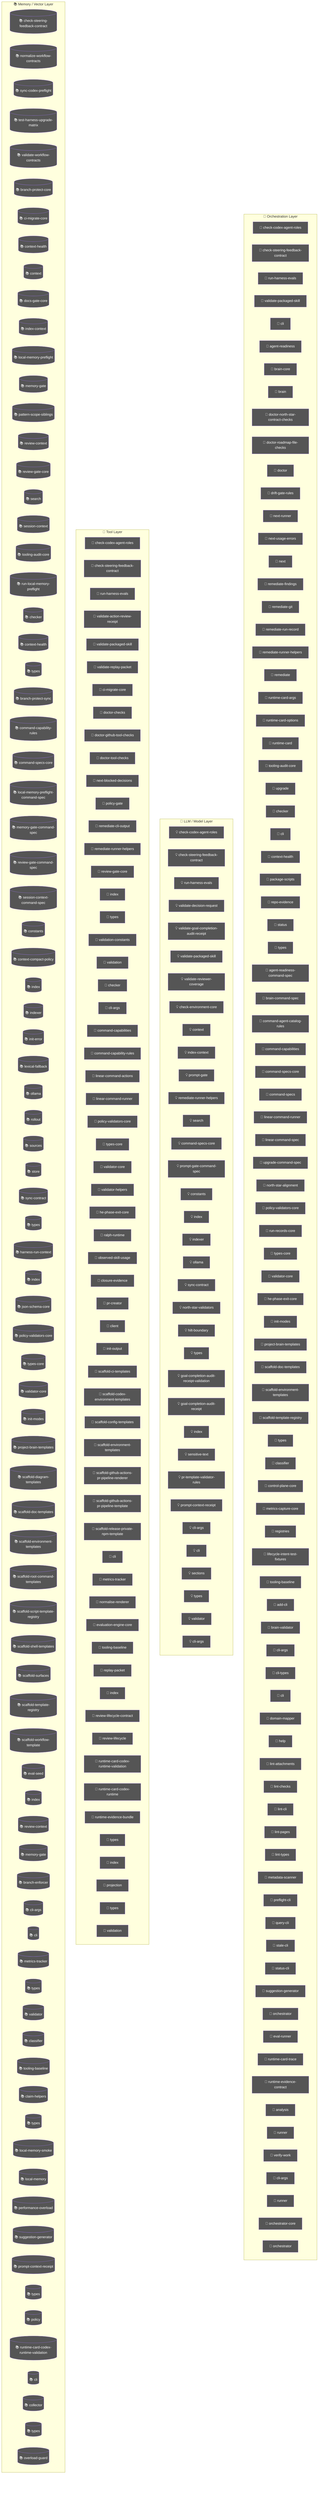
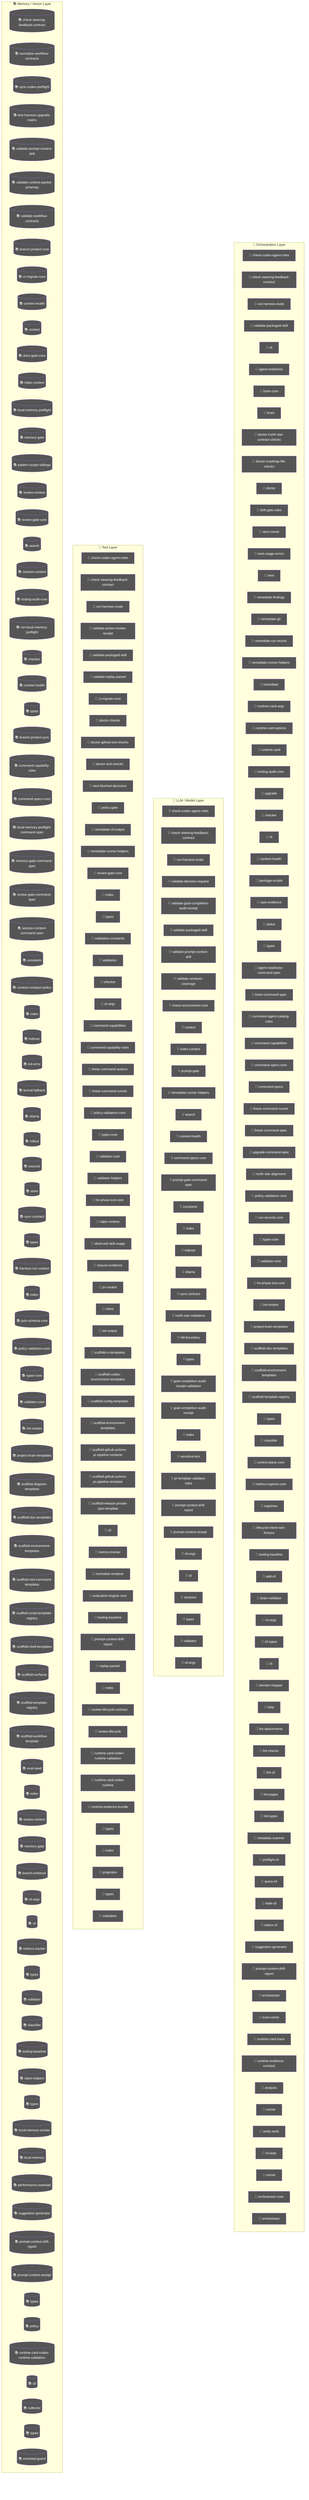
flowchart TD
  subgraph Orchestration["🎯 Orchestration Layer"]
    node_agent_mmd_orchestration_layer_orchestration_chec_7a9f0b64["🤖 check-codex-agent-roles"]
    node_agent_mmd_orchestration_layer_orchestration_chec_7fd47f5c["🤖 check-steering-feedback-contract"]
    node_agent_mmd_orchestration_layer_orchestration_run__18817957["🤖 run-harness-evals"]
    node_agent_mmd_orchestration_layer_orchestration_vali_c01b04be["🤖 validate-packaged-skill"]
    cli_99bb8840["🤖 cli"]
    agent_readiness_c82c68e6["🤖 agent-readiness"]
    brain_core_aa07c380["🤖 brain-core"]
    brain_bbbf7a64["🤖 brain"]
    doctor_north_star_contract_checks_0048124c["🤖 doctor-north-star-contract-checks"]
    doctor_roadmap_file_checks_14447b8e["🤖 doctor-roadmap-file-checks"]
    doctor_72f4be89["🤖 doctor"]
    drift_gate_rules_9685e72d["🤖 drift-gate-rules"]
    next_runner_41643472["🤖 next-runner"]
    next_usage_errors_837a345a["🤖 next-usage-errors"]
    next_c6c1c9a9["🤖 next"]
    remediate_findings_8b09c8c6["🤖 remediate-findings"]
    remediate_git_58c6f6f4["🤖 remediate-git"]
    remediate_run_record_9dfe5dc1["🤖 remediate-run-record"]
    node_agent_mmd_orchestration_layer_orchestration_reme_359fe98f["🤖 remediate-runner-helpers"]
    remediate_06b9c7fc["🤖 remediate"]
    runtime_card_args_2b3d4b28["🤖 runtime-card-args"]
    runtime_card_options_c9156ad5["🤖 runtime-card-options"]
    runtime_card_e06b53e1["🤖 runtime-card"]
    node_agent_mmd_orchestration_layer_orchestration_tool_acfe0c01["🤖 tooling-audit-core"]
    upgrade_7fef9479["🤖 upgrade"]
    node_agent_mmd_orchestration_layer_orchestration_chec_0550c395["🤖 checker"]
    cli_1_084e05fe["🤖 cli"]
    node_agent_mmd_orchestration_layer_orchestration_cont_61b3b9c9["🤖 context-health"]
    package_scripts_3ee6150f["🤖 package-scripts"]
    repo_evidence_38bb1de5["🤖 repo-evidence"]
    status_073c1634["🤖 status"]
    node_agent_mmd_orchestration_layer_orchestration_type_4f906dcc["🤖 types"]
    agent_readiness_command_spec_a30c2c1e["🤖 agent-readiness-command-spec"]
    brain_command_spec_15b122d5["🤖 brain-command-spec"]
    command_agent_catalog_rules_8e06b2af["🤖 command-agent-catalog-rules"]
    node_agent_mmd_orchestration_layer_orchestration_comm_6e41a7f7["🤖 command-capabilities"]
    node_agent_mmd_orchestration_layer_orchestration_comm_1f8cc24c["🤖 command-specs-core"]
    command_specs_69167c63["🤖 command-specs"]
    node_agent_mmd_orchestration_layer_orchestration_line_b67affd5["🤖 linear-command-runner"]
    linear_command_spec_1e12dd44["🤖 linear-command-spec"]
    upgrade_command_spec_03f6c7bd["🤖 upgrade-command-spec"]
    north_star_alignment_00440188["🤖 north-star-alignment"]
    node_agent_mmd_orchestration_layer_orchestration_poli_3270b55d["🤖 policy-validators-core"]
    run_records_core_89286dfa["🤖 run-records-core"]
    node_agent_mmd_orchestration_layer_orchestration_type_7cf81261["🤖 types-core"]
    node_agent_mmd_orchestration_layer_orchestration_vali_d9fe99e6["🤖 validator-core"]
    node_agent_mmd_orchestration_layer_orchestration_he_p_fc778c24["🤖 he-phase-exit-core"]
    node_agent_mmd_orchestration_layer_orchestration_init_2a9c3ecb["🤖 init-modes"]
    node_agent_mmd_orchestration_layer_orchestration_proj_6ab6f60f["🤖 project-brain-templates"]
    node_agent_mmd_orchestration_layer_orchestration_scaf_12cc07db["🤖 scaffold-doc-templates"]
    node_agent_mmd_orchestration_layer_orchestration_scaf_c9a90c2f["🤖 scaffold-environment-templates"]
    node_agent_mmd_orchestration_layer_orchestration_scaf_ff8f92f6["🤖 scaffold-template-registry"]
    types_15_86775c96["🤖 types"]
    node_agent_mmd_orchestration_layer_orchestration_clas_899b821a["🤖 classifier"]
    control_plane_core_db3b4cb2["🤖 control-plane-core"]
    metrics_capture_core_db4bf7cf["🤖 metrics-capture-core"]
    registries_06402afa["🤖 registries"]
    lifecycle_intent_test_fixtures_a53c7ada["🤖 lifecycle-intent-test-fixtures"]
    node_agent_mmd_orchestration_layer_orchestration_tool_cc43149f["🤖 tooling-baseline"]
    add_cli_7614de25["🤖 add-cli"]
    brain_validator_be251832["🤖 brain-validator"]
    cli_args_8_d546936e["🤖 cli-args"]
    cli_types_1686e858["🤖 cli-types"]
    cli_9_b54c1407["🤖 cli"]
    domain_mapper_cd9333d2["🤖 domain-mapper"]
    help_106a5842["🤖 help"]
    lint_attachments_873c0632["🤖 lint-attachments"]
    lint_checks_83522b19["🤖 lint-checks"]
    lint_cli_9ec62ec0["🤖 lint-cli"]
    lint_pages_e33301d0["🤖 lint-pages"]
    lint_types_2862c255["🤖 lint-types"]
    metadata_scanner_6a101b66["🤖 metadata-scanner"]
    preflight_cli_5d148379["🤖 preflight-cli"]
    query_cli_b95be64d["🤖 query-cli"]
    stale_cli_64548720["🤖 stale-cli"]
    status_cli_4c24a0d6["🤖 status-cli"]
    node_agent_mmd_orchestration_layer_orchestration_sugg_85c5ebe3["🤖 suggestion-generator"]
+     node_agent_mmd_orchestration_layer_orchestration_prom_d17b4de2["🤖 prompt-context-drift-report"]
    orchestrator_11376b7e["🤖 orchestrator"]
    eval_runner_0966a6b3["🤖 eval-runner"]
    runtime_card_trace_64a5ca95["🤖 runtime-card-trace"]
    runtime_evidence_contract_0f7b15b2["🤖 runtime-evidence-contract"]
    analysis_f44e85c4["🤖 analysis"]
    runner_527aa9f4["🤖 runner"]
    verify_work_1_cd8e7ec3["🤖 verify-work"]
    cli_args_14_3481043e["🤖 cli-args"]
    runner_1_6f281bf8["🤖 runner"]
    orchestrator_core_d0678b53["🤖 orchestrator-core"]
    orchestrator_1_6b7137c5["🤖 orchestrator"]
  end
  subgraph LLMLayer["🧠 LLM / Model Layer"]
    node_agent_mmd_llm_model_layer_llmlayer_check_codex_a_29e7b7fa["💡 check-codex-agent-roles"]
    node_agent_mmd_llm_model_layer_llmlayer_check_steerin_0e1bf90d["💡 check-steering-feedback-contract"]
    node_agent_mmd_llm_model_layer_llmlayer_run_harness_e_603fcfdc["💡 run-harness-evals"]
    validate_decision_request_2e5c325e["💡 validate-decision-request"]
    validate_goal_completion_audit_receipt_100d252c["💡 validate-goal-completion-audit-receipt"]
    node_agent_mmd_llm_model_layer_llmlayer_validate_pack_2a12e1f4["💡 validate-packaged-skill"]
+     node_agent_mmd_llm_model_layer_llmlayer_validate_prom_9880f764["💡 validate-prompt-context-drift"]
    validate_reviewer_coverage_251efee3["💡 validate-reviewer-coverage"]
    check_environment_core_2c16213f["💡 check-environment-core"]
    node_agent_mmd_llm_model_layer_llmlayer_context_conte_ad2dfbd9["💡 context"]
    node_agent_mmd_llm_model_layer_llmlayer_index_context_1041bd11["💡 index-context"]
    prompt_gate_c5e9d207["💡 prompt-gate"]
    node_agent_mmd_llm_model_layer_llmlayer_remediate_run_9e3d4585["💡 remediate-runner-helpers"]
    node_agent_mmd_llm_model_layer_llmlayer_search_search_66b9a911["💡 search"]
+     node_agent_mmd_llm_model_layer_llmlayer_context_healt_cfc0bfa8["💡 context-health"]
    node_agent_mmd_llm_model_layer_llmlayer_command_specs_782af9fa["💡 command-specs-core"]
    prompt_gate_command_spec_9a941482["💡 prompt-gate-command-spec"]
    node_agent_mmd_llm_model_layer_llmlayer_constants_con_c9bd3f6c["💡 constants"]
    node_agent_mmd_llm_model_layer_llmlayer_index_index_1_02e160ff["💡 index"]
    node_agent_mmd_llm_model_layer_llmlayer_indexer_index_4f4deef5["💡 indexer"]
    node_agent_mmd_llm_model_layer_llmlayer_ollama_ollama_968b23fa["💡 ollama"]
    node_agent_mmd_llm_model_layer_llmlayer_sync_contract_9f3cc8c1["💡 sync-contract"]
    north_star_validators_cfc926ce["💡 north-star-validators"]
    hilt_boundary_9b36fb15["💡 hilt-boundary"]
    types_9_1db4641f["💡 types"]
    goal_completion_audit_receipt_validation_9d0f4891["💡 goal-completion-audit-receipt-validation"]
    goal_completion_audit_receipt_5e4939c3["💡 goal-completion-audit-receipt"]
    index_4_013aa0e3["💡 index"]
    sensitive_text_7c11f760["💡 sensitive-text"]
    pr_template_validator_rules_20a32d6b["💡 pr-template-validator-rules"]
+     node_agent_mmd_llm_model_layer_llmlayer_index_index_1_02e160ff["💡 index"]
+     node_agent_mmd_llm_model_layer_llmlayer_prompt_contex_81f9066a["💡 prompt-context-drift-report"]
    node_agent_mmd_llm_model_layer_llmlayer_index_index_1_02e160ff["💡 index"]
    node_agent_mmd_llm_model_layer_llmlayer_prompt_contex_6426acc2["💡 prompt-context-receipt"]
    cli_args_9_9c136878["💡 cli-args"]
    cli_10_35dc8cbd["💡 cli"]
    sections_4697ef32["💡 sections"]
    types_25_89d086aa["💡 types"]
    validator_6_3688adbf["💡 validator"]
    cli_args_10_861cdd3f["💡 cli-args"]
  end
  subgraph ToolLayer["🔧 Tool Layer"]
    node_agent_mmd_tool_layer_toollayer_check_codex_agent_4b361d5a["🔧 check-codex-agent-roles"]
    node_agent_mmd_tool_layer_toollayer_check_steering_fe_eafecf3a["🔧 check-steering-feedback-contract"]
    node_agent_mmd_tool_layer_toollayer_run_harness_evals_e2ee24f1["🔧 run-harness-evals"]
    validate_action_review_receipt_fa2f06c3["🔧 validate-action-review-receipt"]
    node_agent_mmd_tool_layer_toollayer_validate_packaged_2855c827["🔧 validate-packaged-skill"]
    validate_replay_packet_f309747e["🔧 validate-replay-packet"]
    node_agent_mmd_tool_layer_toollayer_ci_migrate_core_c_049f8460["🔧 ci-migrate-core"]
    doctor_checks_5a2eb2b9["🔧 doctor-checks"]
    doctor_github_tool_checks_a53b0382["🔧 doctor-github-tool-checks"]
    doctor_tool_checks_4acac51a["🔧 doctor-tool-checks"]
    next_blocked_decisions_4140ad2b["🔧 next-blocked-decisions"]
    policy_gate_213f7313["🔧 policy-gate"]
    remediate_cli_output_cc165396["🔧 remediate-cli-output"]
    node_agent_mmd_tool_layer_toollayer_remediate_runner__c003b871["🔧 remediate-runner-helpers"]
    node_agent_mmd_tool_layer_toollayer_review_gate_core__7704598b["🔧 review-gate-core"]
    index_1bc04b52["🔧 index"]
    types_1_4ecdf56e["🔧 types"]
    validation_constants_e002a0f6["🔧 validation-constants"]
    validation_98c41dcd["🔧 validation"]
    node_agent_mmd_tool_layer_toollayer_checker_checker_2_453d593b["🔧 checker"]
    cli_args_1_6144b055["🔧 cli-args"]
    node_agent_mmd_tool_layer_toollayer_command_capabilit_7fe13db1["🔧 command-capabilities"]
    node_agent_mmd_tool_layer_toollayer_command_capabilit_e97a4615["🔧 command-capability-rules"]
    linear_command_actions_e430f4f4["🔧 linear-command-actions"]
    node_agent_mmd_tool_layer_toollayer_linear_command_ru_d6763748["🔧 linear-command-runner"]
    node_agent_mmd_tool_layer_toollayer_policy_validators_af136abf["🔧 policy-validators-core"]
    node_agent_mmd_tool_layer_toollayer_types_core_types__6c8319b6["🔧 types-core"]
    node_agent_mmd_tool_layer_toollayer_validator_core_va_6ef6131f["🔧 validator-core"]
    validator_helpers_7b927667["🔧 validator-helpers"]
    node_agent_mmd_tool_layer_toollayer_he_phase_exit_cor_af016160["🔧 he-phase-exit-core"]
    ralph_runtime_73d63c0e["🔧 ralph-runtime"]
    observed_skill_usage_ed7d5930["🔧 observed-skill-usage"]
    closure_evidence_aaa31467["🔧 closure-evidence"]
    pr_creator_dc6b1ea4["🔧 pr-creator"]
    client_948fe603["🔧 client"]
    init_output_360dce91["🔧 init-output"]
    scaffold_ci_templates_2afd6392["🔧 scaffold-ci-templates"]
    scaffold_codex_environment_templates_334fbbed["🔧 scaffold-codex-environment-templates"]
    scaffold_config_templates_4b80ce53["🔧 scaffold-config-templates"]
    node_agent_mmd_tool_layer_toollayer_scaffold_environm_c1afc013["🔧 scaffold-environment-templates"]
    scaffold_github_actions_pr_pipeline_renderer_1ee18de5["🔧 scaffold-github-actions-pr-pipeline-renderer"]
    scaffold_github_actions_pr_pipeline_template_e2b85f62["🔧 scaffold-github-actions-pr-pipeline-template"]
    scaffold_release_private_npm_template_075499f8["🔧 scaffold-release-private-npm-template"]
    node_agent_mmd_tool_layer_toollayer_cli_cli_2_1_32d9eeaf["🔧 cli"]
    node_agent_mmd_tool_layer_toollayer_metrics_tracker_m_4c9237d8["🔧 metrics-tracker"]
    normalise_renderer_85f2e563["🔧 normalise-renderer"]
    evaluation_engine_core_e054fe49["🔧 evaluation-engine-core"]
    node_agent_mmd_tool_layer_toollayer_tooling_baseline__61e66e9f["🔧 tooling-baseline"]
+     node_agent_mmd_tool_layer_toollayer_prompt_context_dr_a2772f2b["🔧 prompt-context-drift-report"]
    replay_packet_a1293f88["🔧 replay-packet"]
-     index_11_ffcd5842["🔧 index"]
+     index_12_762ec91b["🔧 index"]
    review_lifecycle_contract_e5447221["🔧 review-lifecycle-contract"]
    review_lifecycle_89afa64c["🔧 review-lifecycle"]
    node_agent_mmd_tool_layer_toollayer_runtime_card_code_3636ceac["🔧 runtime-card-codex-runtime-validation"]
    runtime_card_codex_runtime_0655e230["🔧 runtime-card-codex-runtime"]
    runtime_evidence_bundle_d471a232["🔧 runtime-evidence-bundle"]
    types_34_85e6a0bb["🔧 types"]
-     index_14_d982116c["🔧 index"]
+     index_15_99636ec5["🔧 index"]
    projection_1b250ea1["🔧 projection"]
    types_36_674380ec["🔧 types"]
    validation_6_097a7ce3["🔧 validation"]
  end
  subgraph MemoryLayer["📚 Memory / Vector Layer"]
    node_agent_mmd_memory_vector_layer_memorylayer_check__64c86928[("📚 check-steering-feedback-contract")]
    normalize_workflow_contracts_8701f1c8[("📚 normalize-workflow-contracts")]
    sync_codex_preflight_7e7a8dc2[("📚 sync-codex-preflight")]
    test_harness_upgrade_matrix_84113c4e[("📚 test-harness-upgrade-matrix")]
+     node_agent_mmd_memory_vector_layer_memorylayer_valida_c52c4db8[("📚 validate-prompt-context-drift")]
+     validate_runtime_packet_schemas_bc3ba8ec[("📚 validate-runtime-packet-schemas")]
    validate_workflow_contracts_33dc063c[("📚 validate-workflow-contracts")]
    branch_protect_core_a8feb0fd[("📚 branch-protect-core")]
    node_agent_mmd_memory_vector_layer_memorylayer_ci_mig_0cd5b1a4[("📚 ci-migrate-core")]
    context_health_80bb7da9[("📚 context-health")]
    node_agent_mmd_memory_vector_layer_memorylayer_contex_78ceaaa9[("📚 context")]
    docs_gate_core_eb9b6c18[("📚 docs-gate-core")]
    node_agent_mmd_memory_vector_layer_memorylayer_index__6f3402d0[("📚 index-context")]
    local_memory_preflight_dcc36c42[("📚 local-memory-preflight")]
    memory_gate_a577a506[("📚 memory-gate")]
    pattern_scope_siblings_43abe000[("📚 pattern-scope-siblings")]
    review_context_ca6cf81d[("📚 review-context")]
    node_agent_mmd_memory_vector_layer_memorylayer_review_5bee9816[("📚 review-gate-core")]
    node_agent_mmd_memory_vector_layer_memorylayer_search_ac35cb7e[("📚 search")]
    session_context_e5ec72c0[("📚 session-context")]
    node_agent_mmd_memory_vector_layer_memorylayer_toolin_a1185b8f[("📚 tooling-audit-core")]
    run_local_memory_preflight_36e92808[("📚 run-local-memory-preflight")]
    node_agent_mmd_memory_vector_layer_memorylayer_checke_a583eb4f[("📚 checker")]
-     node_agent_mmd_memory_vector_layer_memorylayer_contex_fe0865d6[("📚 context-health")]
+     node_agent_mmd_memory_vector_layer_memorylayer_contex_3204aa0e[("📚 context-health")]
    node_agent_mmd_memory_vector_layer_memorylayer_types__9ad640a0[("📚 types")]
    branch_protect_sync_570adb18[("📚 branch-protect-sync")]
    node_agent_mmd_memory_vector_layer_memorylayer_comman_c72a5d05[("📚 command-capability-rules")]
    node_agent_mmd_memory_vector_layer_memorylayer_comman_111eb454[("📚 command-specs-core")]
    local_memory_preflight_command_spec_9e23f3ce[("📚 local-memory-preflight-command-spec")]
    memory_gate_command_spec_dc9001a9[("📚 memory-gate-command-spec")]
    review_gate_command_spec_3187376a[("📚 review-gate-command-spec")]
    session_context_command_spec_973afbb1[("📚 session-context-command-spec")]
    node_agent_mmd_memory_vector_layer_memorylayer_consta_702d3f46[("📚 constants")]
    context_compact_policy_3dcaf95d[("📚 context-compact-policy")]
    node_agent_mmd_memory_vector_layer_memorylayer_index__752bc61e[("📚 index")]
    node_agent_mmd_memory_vector_layer_memorylayer_indexe_93e6d86f[("📚 indexer")]
    init_error_5c7dd49f[("📚 init-error")]
    lexical_fallback_723e2b3e[("📚 lexical-fallback")]
    node_agent_mmd_memory_vector_layer_memorylayer_ollama_6d51be16[("📚 ollama")]
    rollout_a4fa034c[("📚 rollout")]
    sources_878a52fc[("📚 sources")]
    store_824d80d7[("📚 store")]
    node_agent_mmd_memory_vector_layer_memorylayer_sync_c_e43418bc[("📚 sync-contract")]
    types_7_2f1ed65e[("📚 types")]
    harness_run_context_ac7c77a9[("📚 harness-run-context")]
    index_3_7e40d474[("📚 index")]
    json_schema_core_96d7e328[("📚 json-schema-core")]
    node_agent_mmd_memory_vector_layer_memorylayer_policy_1944de42[("📚 policy-validators-core")]
    node_agent_mmd_memory_vector_layer_memorylayer_types__83f369fa[("📚 types-core")]
    node_agent_mmd_memory_vector_layer_memorylayer_valida_41034356[("📚 validator-core")]
    node_agent_mmd_memory_vector_layer_memorylayer_init_m_333d02c5[("📚 init-modes")]
    node_agent_mmd_memory_vector_layer_memorylayer_projec_3ae304d9[("📚 project-brain-templates")]
    scaffold_diagram_templates_dd88e83c[("📚 scaffold-diagram-templates")]
    node_agent_mmd_memory_vector_layer_memorylayer_scaffo_5fd73b94[("📚 scaffold-doc-templates")]
    node_agent_mmd_memory_vector_layer_memorylayer_scaffo_12b42341[("📚 scaffold-environment-templates")]
    scaffold_root_command_templates_404fed7f[("📚 scaffold-root-command-templates")]
    scaffold_script_template_registry_69312d4e[("📚 scaffold-script-template-registry")]
    scaffold_shell_templates_0ad0f915[("📚 scaffold-shell-templates")]
    scaffold_surfaces_12d6494e[("📚 scaffold-surfaces")]
    node_agent_mmd_memory_vector_layer_memorylayer_scaffo_a86eece1[("📚 scaffold-template-registry")]
    scaffold_workflow_template_92310587[("📚 scaffold-workflow-template")]
    eval_seed_5699fd3e[("📚 eval-seed")]
    index_8_6f0f20ec[("📚 index")]
    review_context_1_e3afed15[("📚 review-context")]
    memory_gate_1_265164ac[("📚 memory-gate")]
    branch_enforcer_acb749cd[("📚 branch-enforcer")]
    cli_args_5_09ea29f0[("📚 cli-args")]
    node_agent_mmd_memory_vector_layer_memorylayer_cli_cl_1f1f89ab[("📚 cli")]
    node_agent_mmd_memory_vector_layer_memorylayer_metric_12562178[("📚 metrics-tracker")]
    types_17_ed30531c[("📚 types")]
    validator_4_5180cf23[("📚 validator")]
    node_agent_mmd_memory_vector_layer_memorylayer_classi_1ebbf5ff[("📚 classifier")]
    node_agent_mmd_memory_vector_layer_memorylayer_toolin_14f86b00[("📚 tooling-baseline")]
    claim_helpers_20dc8387[("📚 claim-helpers")]
    types_22_f3cf4a73[("📚 types")]
    local_memory_smoke_1175abfc[("📚 local-memory-smoke")]
    local_memory_0db17ecc[("📚 local-memory")]
    performance_overload_c685bfcf[("📚 performance-overload")]
    node_agent_mmd_memory_vector_layer_memorylayer_sugges_267f408d[("📚 suggestion-generator")]
    node_agent_mmd_memory_vector_layer_memorylayer_index__752bc61e[("📚 index")]
+     node_agent_mmd_memory_vector_layer_memorylayer_prompt_ae34fc43[("📚 prompt-context-drift-report")]
+     node_agent_mmd_memory_vector_layer_memorylayer_index__752bc61e[("📚 index")]
    node_agent_mmd_memory_vector_layer_memorylayer_prompt_55c0d605[("📚 prompt-context-receipt")]
    types_29_929d5a70[("📚 types")]
    policy_1_fc4198db[("📚 policy")]
    node_agent_mmd_memory_vector_layer_memorylayer_runtim_a5d23e7f[("📚 runtime-card-codex-runtime-validation")]
    cli_11_338a8415[("📚 cli")]
    collector_0736fd5b[("📚 collector")]
    types_32_bfe791ff[("📚 types")]
    overload_guard_2748c559[("📚 overload-guard")]
  end
  classDef agentNode fill:#555,color:#fff
-   class node_agent_mmd_orchestration_layer_orchestration_chec_7a9f0b64,node_agent_mmd_llm_model_layer_llmlayer_check_codex_a_29e7b7fa,node_agent_mmd_tool_layer_toollayer_check_codex_agent_4b361d5a,node_agent_mmd_orchestration_layer_orchestration_chec_7fd47f5c,node_agent_mmd_llm_model_layer_llmlayer_check_steerin_0e1bf90d,node_agent_mmd_tool_layer_toollayer_check_steering_fe_eafecf3a,node_agent_mmd_memory_vector_layer_memorylayer_check__64c86928,node_agent_mmd_orchestration_layer_orchestration_run__18817957,node_agent_mmd_llm_model_layer_llmlayer_run_harness_e_603fcfdc,node_agent_mmd_tool_layer_toollayer_run_harness_evals_e2ee24f1,node_agent_mmd_orchestration_layer_orchestration_vali_c01b04be,node_agent_mmd_llm_model_layer_llmlayer_validate_pack_2a12e1f4,node_agent_mmd_tool_layer_toollayer_validate_packaged_2855c827,cli_99bb8840,agent_readiness_c82c68e6,brain_core_aa07c380,brain_bbbf7a64,doctor_north_star_contract_checks_0048124c,doctor_roadmap_file_checks_14447b8e,doctor_72f4be89,drift_gate_rules_9685e72d,next_runner_41643472,next_usage_errors_837a345a,next_c6c1c9a9,remediate_findings_8b09c8c6,remediate_git_58c6f6f4,remediate_run_record_9dfe5dc1,node_agent_mmd_orchestration_layer_orchestration_reme_359fe98f,node_agent_mmd_llm_model_layer_llmlayer_remediate_run_9e3d4585,node_agent_mmd_tool_layer_toollayer_remediate_runner__c003b871,remediate_06b9c7fc,runtime_card_args_2b3d4b28,runtime_card_options_c9156ad5,runtime_card_e06b53e1,node_agent_mmd_orchestration_layer_orchestration_tool_acfe0c01,node_agent_mmd_memory_vector_layer_memorylayer_toolin_a1185b8f,upgrade_7fef9479,node_agent_mmd_orchestration_layer_orchestration_chec_0550c395,node_agent_mmd_tool_layer_toollayer_checker_checker_2_453d593b,node_agent_mmd_memory_vector_layer_memorylayer_checke_a583eb4f,cli_1_084e05fe,node_agent_mmd_orchestration_layer_orchestration_cont_61b3b9c9,node_agent_mmd_memory_vector_layer_memorylayer_contex_fe0865d6,package_scripts_3ee6150f,repo_evidence_38bb1de5,status_073c1634,node_agent_mmd_orchestration_layer_orchestration_type_4f906dcc,node_agent_mmd_memory_vector_layer_memorylayer_types__9ad640a0,agent_readiness_command_spec_a30c2c1e,brain_command_spec_15b122d5,command_agent_catalog_rules_8e06b2af,node_agent_mmd_orchestration_layer_orchestration_comm_6e41a7f7,node_agent_mmd_tool_layer_toollayer_command_capabilit_7fe13db1,node_agent_mmd_orchestration_layer_orchestration_comm_1f8cc24c,node_agent_mmd_llm_model_layer_llmlayer_command_specs_782af9fa,node_agent_mmd_memory_vector_layer_memorylayer_comman_111eb454,command_specs_69167c63,node_agent_mmd_orchestration_layer_orchestration_line_b67affd5,node_agent_mmd_tool_layer_toollayer_linear_command_ru_d6763748,linear_command_spec_1e12dd44,upgrade_command_spec_03f6c7bd,north_star_alignment_00440188,node_agent_mmd_orchestration_layer_orchestration_poli_3270b55d,node_agent_mmd_tool_layer_toollayer_policy_validators_af136abf,node_agent_mmd_memory_vector_layer_memorylayer_policy_1944de42,run_records_core_89286dfa,node_agent_mmd_orchestration_layer_orchestration_type_7cf81261,node_agent_mmd_tool_layer_toollayer_types_core_types__6c8319b6,node_agent_mmd_memory_vector_layer_memorylayer_types__83f369fa,node_agent_mmd_orchestration_layer_orchestration_vali_d9fe99e6,node_agent_mmd_tool_layer_toollayer_validator_core_va_6ef6131f,node_agent_mmd_memory_vector_layer_memorylayer_valida_41034356,node_agent_mmd_orchestration_layer_orchestration_he_p_fc778c24,node_agent_mmd_tool_layer_toollayer_he_phase_exit_cor_af016160,node_agent_mmd_orchestration_layer_orchestration_init_2a9c3ecb,node_agent_mmd_memory_vector_layer_memorylayer_init_m_333d02c5,node_agent_mmd_orchestration_layer_orchestration_proj_6ab6f60f,node_agent_mmd_memory_vector_layer_memorylayer_projec_3ae304d9,node_agent_mmd_orchestration_layer_orchestration_scaf_12cc07db,node_agent_mmd_memory_vector_layer_memorylayer_scaffo_5fd73b94,node_agent_mmd_orchestration_layer_orchestration_scaf_c9a90c2f,node_agent_mmd_tool_layer_toollayer_scaffold_environm_c1afc013,node_agent_mmd_memory_vector_layer_memorylayer_scaffo_12b42341,node_agent_mmd_orchestration_layer_orchestration_scaf_ff8f92f6,node_agent_mmd_memory_vector_layer_memorylayer_scaffo_a86eece1,types_15_86775c96,node_agent_mmd_orchestration_layer_orchestration_clas_899b821a,node_agent_mmd_memory_vector_layer_memorylayer_classi_1ebbf5ff,control_plane_core_db3b4cb2,metrics_capture_core_db4bf7cf,registries_06402afa,lifecycle_intent_test_fixtures_a53c7ada,node_agent_mmd_orchestration_layer_orchestration_tool_cc43149f,node_agent_mmd_tool_layer_toollayer_tooling_baseline__61e66e9f,node_agent_mmd_memory_vector_layer_memorylayer_toolin_14f86b00,add_cli_7614de25,brain_validator_be251832,cli_args_8_d546936e,cli_types_1686e858,cli_9_b54c1407,domain_mapper_cd9333d2,help_106a5842,lint_attachments_873c0632,lint_checks_83522b19,lint_cli_9ec62ec0,lint_pages_e33301d0,lint_types_2862c255,metadata_scanner_6a101b66,preflight_cli_5d148379,query_cli_b95be64d,stale_cli_64548720,status_cli_4c24a0d6,node_agent_mmd_orchestration_layer_orchestration_sugg_85c5ebe3,node_agent_mmd_memory_vector_layer_memorylayer_sugges_267f408d,orchestrator_11376b7e,eval_runner_0966a6b3,runtime_card_trace_64a5ca95,runtime_evidence_contract_0f7b15b2,analysis_f44e85c4,runner_527aa9f4,verify_work_1_cd8e7ec3,cli_args_14_3481043e,runner_1_6f281bf8,orchestrator_core_d0678b53,orchestrator_1_6b7137c5 agentNode
+   class node_agent_mmd_orchestration_layer_orchestration_chec_7a9f0b64,node_agent_mmd_llm_model_layer_llmlayer_check_codex_a_29e7b7fa,node_agent_mmd_tool_layer_toollayer_check_codex_agent_4b361d5a,node_agent_mmd_orchestration_layer_orchestration_chec_7fd47f5c,node_agent_mmd_llm_model_layer_llmlayer_check_steerin_0e1bf90d,node_agent_mmd_tool_layer_toollayer_check_steering_fe_eafecf3a,node_agent_mmd_memory_vector_layer_memorylayer_check__64c86928,node_agent_mmd_orchestration_layer_orchestration_run__18817957,node_agent_mmd_llm_model_layer_llmlayer_run_harness_e_603fcfdc,node_agent_mmd_tool_layer_toollayer_run_harness_evals_e2ee24f1,node_agent_mmd_orchestration_layer_orchestration_vali_c01b04be,node_agent_mmd_llm_model_layer_llmlayer_validate_pack_2a12e1f4,node_agent_mmd_tool_layer_toollayer_validate_packaged_2855c827,cli_99bb8840,agent_readiness_c82c68e6,brain_core_aa07c380,brain_bbbf7a64,doctor_north_star_contract_checks_0048124c,doctor_roadmap_file_checks_14447b8e,doctor_72f4be89,drift_gate_rules_9685e72d,next_runner_41643472,next_usage_errors_837a345a,next_c6c1c9a9,remediate_findings_8b09c8c6,remediate_git_58c6f6f4,remediate_run_record_9dfe5dc1,node_agent_mmd_orchestration_layer_orchestration_reme_359fe98f,node_agent_mmd_llm_model_layer_llmlayer_remediate_run_9e3d4585,node_agent_mmd_tool_layer_toollayer_remediate_runner__c003b871,remediate_06b9c7fc,runtime_card_args_2b3d4b28,runtime_card_options_c9156ad5,runtime_card_e06b53e1,node_agent_mmd_orchestration_layer_orchestration_tool_acfe0c01,node_agent_mmd_memory_vector_layer_memorylayer_toolin_a1185b8f,upgrade_7fef9479,node_agent_mmd_orchestration_layer_orchestration_chec_0550c395,node_agent_mmd_tool_layer_toollayer_checker_checker_2_453d593b,node_agent_mmd_memory_vector_layer_memorylayer_checke_a583eb4f,cli_1_084e05fe,node_agent_mmd_orchestration_layer_orchestration_cont_61b3b9c9,node_agent_mmd_llm_model_layer_llmlayer_context_healt_cfc0bfa8,node_agent_mmd_memory_vector_layer_memorylayer_contex_3204aa0e,package_scripts_3ee6150f,repo_evidence_38bb1de5,status_073c1634,node_agent_mmd_orchestration_layer_orchestration_type_4f906dcc,node_agent_mmd_memory_vector_layer_memorylayer_types__9ad640a0,agent_readiness_command_spec_a30c2c1e,brain_command_spec_15b122d5,command_agent_catalog_rules_8e06b2af,node_agent_mmd_orchestration_layer_orchestration_comm_6e41a7f7,node_agent_mmd_tool_layer_toollayer_command_capabilit_7fe13db1,node_agent_mmd_orchestration_layer_orchestration_comm_1f8cc24c,node_agent_mmd_llm_model_layer_llmlayer_command_specs_782af9fa,node_agent_mmd_memory_vector_layer_memorylayer_comman_111eb454,command_specs_69167c63,node_agent_mmd_orchestration_layer_orchestration_line_b67affd5,node_agent_mmd_tool_layer_toollayer_linear_command_ru_d6763748,linear_command_spec_1e12dd44,upgrade_command_spec_03f6c7bd,north_star_alignment_00440188,node_agent_mmd_orchestration_layer_orchestration_poli_3270b55d,node_agent_mmd_tool_layer_toollayer_policy_validators_af136abf,node_agent_mmd_memory_vector_layer_memorylayer_policy_1944de42,run_records_core_89286dfa,node_agent_mmd_orchestration_layer_orchestration_type_7cf81261,node_agent_mmd_tool_layer_toollayer_types_core_types__6c8319b6,node_agent_mmd_memory_vector_layer_memorylayer_types__83f369fa,node_agent_mmd_orchestration_layer_orchestration_vali_d9fe99e6,node_agent_mmd_tool_layer_toollayer_validator_core_va_6ef6131f,node_agent_mmd_memory_vector_layer_memorylayer_valida_41034356,node_agent_mmd_orchestration_layer_orchestration_he_p_fc778c24,node_agent_mmd_tool_layer_toollayer_he_phase_exit_cor_af016160,node_agent_mmd_orchestration_layer_orchestration_init_2a9c3ecb,node_agent_mmd_memory_vector_layer_memorylayer_init_m_333d02c5,node_agent_mmd_orchestration_layer_orchestration_proj_6ab6f60f,node_agent_mmd_memory_vector_layer_memorylayer_projec_3ae304d9,node_agent_mmd_orchestration_layer_orchestration_scaf_12cc07db,node_agent_mmd_memory_vector_layer_memorylayer_scaffo_5fd73b94,node_agent_mmd_orchestration_layer_orchestration_scaf_c9a90c2f,node_agent_mmd_tool_layer_toollayer_scaffold_environm_c1afc013,node_agent_mmd_memory_vector_layer_memorylayer_scaffo_12b42341,node_agent_mmd_orchestration_layer_orchestration_scaf_ff8f92f6,node_agent_mmd_memory_vector_layer_memorylayer_scaffo_a86eece1,types_15_86775c96,node_agent_mmd_orchestration_layer_orchestration_clas_899b821a,node_agent_mmd_memory_vector_layer_memorylayer_classi_1ebbf5ff,control_plane_core_db3b4cb2,metrics_capture_core_db4bf7cf,registries_06402afa,lifecycle_intent_test_fixtures_a53c7ada,node_agent_mmd_orchestration_layer_orchestration_tool_cc43149f,node_agent_mmd_tool_layer_toollayer_tooling_baseline__61e66e9f,node_agent_mmd_memory_vector_layer_memorylayer_toolin_14f86b00,add_cli_7614de25,brain_validator_be251832,cli_args_8_d546936e,cli_types_1686e858,cli_9_b54c1407,domain_mapper_cd9333d2,help_106a5842,lint_attachments_873c0632,lint_checks_83522b19,lint_cli_9ec62ec0,lint_pages_e33301d0,lint_types_2862c255,metadata_scanner_6a101b66,preflight_cli_5d148379,query_cli_b95be64d,stale_cli_64548720,status_cli_4c24a0d6,node_agent_mmd_orchestration_layer_orchestration_sugg_85c5ebe3,node_agent_mmd_memory_vector_layer_memorylayer_sugges_267f408d,node_agent_mmd_orchestration_layer_orchestration_prom_d17b4de2,node_agent_mmd_llm_model_layer_llmlayer_prompt_contex_81f9066a,node_agent_mmd_tool_layer_toollayer_prompt_context_dr_a2772f2b,node_agent_mmd_memory_vector_layer_memorylayer_prompt_ae34fc43,orchestrator_11376b7e,eval_runner_0966a6b3,runtime_card_trace_64a5ca95,runtime_evidence_contract_0f7b15b2,analysis_f44e85c4,runner_527aa9f4,verify_work_1_cd8e7ec3,cli_args_14_3481043e,runner_1_6f281bf8,orchestrator_core_d0678b53,orchestrator_1_6b7137c5 agentNode
  classDef llmNode fill:#555,color:#fff
-   class node_agent_mmd_orchestration_layer_orchestration_chec_7a9f0b64,node_agent_mmd_llm_model_layer_llmlayer_check_codex_a_29e7b7fa,node_agent_mmd_tool_layer_toollayer_check_codex_agent_4b361d5a,node_agent_mmd_orchestration_layer_orchestration_chec_7fd47f5c,node_agent_mmd_llm_model_layer_llmlayer_check_steerin_0e1bf90d,node_agent_mmd_tool_layer_toollayer_check_steering_fe_eafecf3a,node_agent_mmd_memory_vector_layer_memorylayer_check__64c86928,node_agent_mmd_orchestration_layer_orchestration_run__18817957,node_agent_mmd_llm_model_layer_llmlayer_run_harness_e_603fcfdc,node_agent_mmd_tool_layer_toollayer_run_harness_evals_e2ee24f1,validate_decision_request_2e5c325e,validate_goal_completion_audit_receipt_100d252c,node_agent_mmd_orchestration_layer_orchestration_vali_c01b04be,node_agent_mmd_llm_model_layer_llmlayer_validate_pack_2a12e1f4,node_agent_mmd_tool_layer_toollayer_validate_packaged_2855c827,validate_reviewer_coverage_251efee3,check_environment_core_2c16213f,node_agent_mmd_llm_model_layer_llmlayer_context_conte_ad2dfbd9,node_agent_mmd_memory_vector_layer_memorylayer_contex_78ceaaa9,node_agent_mmd_llm_model_layer_llmlayer_index_context_1041bd11,node_agent_mmd_memory_vector_layer_memorylayer_index__6f3402d0,prompt_gate_c5e9d207,node_agent_mmd_orchestration_layer_orchestration_reme_359fe98f,node_agent_mmd_llm_model_layer_llmlayer_remediate_run_9e3d4585,node_agent_mmd_tool_layer_toollayer_remediate_runner__c003b871,node_agent_mmd_llm_model_layer_llmlayer_search_search_66b9a911,node_agent_mmd_memory_vector_layer_memorylayer_search_ac35cb7e,node_agent_mmd_orchestration_layer_orchestration_comm_1f8cc24c,node_agent_mmd_llm_model_layer_llmlayer_command_specs_782af9fa,node_agent_mmd_memory_vector_layer_memorylayer_comman_111eb454,prompt_gate_command_spec_9a941482,node_agent_mmd_llm_model_layer_llmlayer_constants_con_c9bd3f6c,node_agent_mmd_memory_vector_layer_memorylayer_consta_702d3f46,node_agent_mmd_llm_model_layer_llmlayer_index_index_1_02e160ff,node_agent_mmd_memory_vector_layer_memorylayer_index__752bc61e,node_agent_mmd_llm_model_layer_llmlayer_indexer_index_4f4deef5,node_agent_mmd_memory_vector_layer_memorylayer_indexe_93e6d86f,node_agent_mmd_llm_model_layer_llmlayer_ollama_ollama_968b23fa,node_agent_mmd_memory_vector_layer_memorylayer_ollama_6d51be16,node_agent_mmd_llm_model_layer_llmlayer_sync_contract_9f3cc8c1,node_agent_mmd_memory_vector_layer_memorylayer_sync_c_e43418bc,north_star_validators_cfc926ce,hilt_boundary_9b36fb15,types_9_1db4641f,goal_completion_audit_receipt_validation_9d0f4891,goal_completion_audit_receipt_5e4939c3,index_4_013aa0e3,sensitive_text_7c11f760,pr_template_validator_rules_20a32d6b,node_agent_mmd_llm_model_layer_llmlayer_prompt_contex_6426acc2,node_agent_mmd_memory_vector_layer_memorylayer_prompt_55c0d605,cli_args_9_9c136878,cli_10_35dc8cbd,sections_4697ef32,types_25_89d086aa,validator_6_3688adbf,cli_args_10_861cdd3f llmNode
+   class node_agent_mmd_orchestration_layer_orchestration_chec_7a9f0b64,node_agent_mmd_llm_model_layer_llmlayer_check_codex_a_29e7b7fa,node_agent_mmd_tool_layer_toollayer_check_codex_agent_4b361d5a,node_agent_mmd_orchestration_layer_orchestration_chec_7fd47f5c,node_agent_mmd_llm_model_layer_llmlayer_check_steerin_0e1bf90d,node_agent_mmd_tool_layer_toollayer_check_steering_fe_eafecf3a,node_agent_mmd_memory_vector_layer_memorylayer_check__64c86928,node_agent_mmd_orchestration_layer_orchestration_run__18817957,node_agent_mmd_llm_model_layer_llmlayer_run_harness_e_603fcfdc,node_agent_mmd_tool_layer_toollayer_run_harness_evals_e2ee24f1,validate_decision_request_2e5c325e,validate_goal_completion_audit_receipt_100d252c,node_agent_mmd_orchestration_layer_orchestration_vali_c01b04be,node_agent_mmd_llm_model_layer_llmlayer_validate_pack_2a12e1f4,node_agent_mmd_tool_layer_toollayer_validate_packaged_2855c827,node_agent_mmd_llm_model_layer_llmlayer_validate_prom_9880f764,node_agent_mmd_memory_vector_layer_memorylayer_valida_c52c4db8,validate_reviewer_coverage_251efee3,check_environment_core_2c16213f,node_agent_mmd_llm_model_layer_llmlayer_context_conte_ad2dfbd9,node_agent_mmd_memory_vector_layer_memorylayer_contex_78ceaaa9,node_agent_mmd_llm_model_layer_llmlayer_index_context_1041bd11,node_agent_mmd_memory_vector_layer_memorylayer_index__6f3402d0,prompt_gate_c5e9d207,node_agent_mmd_orchestration_layer_orchestration_reme_359fe98f,node_agent_mmd_llm_model_layer_llmlayer_remediate_run_9e3d4585,node_agent_mmd_tool_layer_toollayer_remediate_runner__c003b871,node_agent_mmd_llm_model_layer_llmlayer_search_search_66b9a911,node_agent_mmd_memory_vector_layer_memorylayer_search_ac35cb7e,node_agent_mmd_orchestration_layer_orchestration_cont_61b3b9c9,node_agent_mmd_llm_model_layer_llmlayer_context_healt_cfc0bfa8,node_agent_mmd_memory_vector_layer_memorylayer_contex_3204aa0e,node_agent_mmd_orchestration_layer_orchestration_comm_1f8cc24c,node_agent_mmd_llm_model_layer_llmlayer_command_specs_782af9fa,node_agent_mmd_memory_vector_layer_memorylayer_comman_111eb454,prompt_gate_command_spec_9a941482,node_agent_mmd_llm_model_layer_llmlayer_constants_con_c9bd3f6c,node_agent_mmd_memory_vector_layer_memorylayer_consta_702d3f46,node_agent_mmd_llm_model_layer_llmlayer_index_index_1_02e160ff,node_agent_mmd_memory_vector_layer_memorylayer_index__752bc61e,node_agent_mmd_llm_model_layer_llmlayer_indexer_index_4f4deef5,node_agent_mmd_memory_vector_layer_memorylayer_indexe_93e6d86f,node_agent_mmd_llm_model_layer_llmlayer_ollama_ollama_968b23fa,node_agent_mmd_memory_vector_layer_memorylayer_ollama_6d51be16,node_agent_mmd_llm_model_layer_llmlayer_sync_contract_9f3cc8c1,node_agent_mmd_memory_vector_layer_memorylayer_sync_c_e43418bc,north_star_validators_cfc926ce,hilt_boundary_9b36fb15,types_9_1db4641f,goal_completion_audit_receipt_validation_9d0f4891,goal_completion_audit_receipt_5e4939c3,index_4_013aa0e3,sensitive_text_7c11f760,pr_template_validator_rules_20a32d6b,node_agent_mmd_orchestration_layer_orchestration_prom_d17b4de2,node_agent_mmd_llm_model_layer_llmlayer_prompt_contex_81f9066a,node_agent_mmd_tool_layer_toollayer_prompt_context_dr_a2772f2b,node_agent_mmd_memory_vector_layer_memorylayer_prompt_ae34fc43,node_agent_mmd_llm_model_layer_llmlayer_prompt_contex_6426acc2,node_agent_mmd_memory_vector_layer_memorylayer_prompt_55c0d605,cli_args_9_9c136878,cli_10_35dc8cbd,sections_4697ef32,types_25_89d086aa,validator_6_3688adbf,cli_args_10_861cdd3f llmNode
  classDef toolNode fill:#555,color:#fff
-   class node_agent_mmd_orchestration_layer_orchestration_chec_7a9f0b64,node_agent_mmd_llm_model_layer_llmlayer_check_codex_a_29e7b7fa,node_agent_mmd_tool_layer_toollayer_check_codex_agent_4b361d5a,node_agent_mmd_orchestration_layer_orchestration_chec_7fd47f5c,node_agent_mmd_llm_model_layer_llmlayer_check_steerin_0e1bf90d,node_agent_mmd_tool_layer_toollayer_check_steering_fe_eafecf3a,node_agent_mmd_memory_vector_layer_memorylayer_check__64c86928,node_agent_mmd_orchestration_layer_orchestration_run__18817957,node_agent_mmd_llm_model_layer_llmlayer_run_harness_e_603fcfdc,node_agent_mmd_tool_layer_toollayer_run_harness_evals_e2ee24f1,validate_action_review_receipt_fa2f06c3,node_agent_mmd_orchestration_layer_orchestration_vali_c01b04be,node_agent_mmd_llm_model_layer_llmlayer_validate_pack_2a12e1f4,node_agent_mmd_tool_layer_toollayer_validate_packaged_2855c827,validate_replay_packet_f309747e,node_agent_mmd_tool_layer_toollayer_ci_migrate_core_c_049f8460,node_agent_mmd_memory_vector_layer_memorylayer_ci_mig_0cd5b1a4,doctor_checks_5a2eb2b9,doctor_github_tool_checks_a53b0382,doctor_tool_checks_4acac51a,next_blocked_decisions_4140ad2b,policy_gate_213f7313,remediate_cli_output_cc165396,node_agent_mmd_orchestration_layer_orchestration_reme_359fe98f,node_agent_mmd_llm_model_layer_llmlayer_remediate_run_9e3d4585,node_agent_mmd_tool_layer_toollayer_remediate_runner__c003b871,node_agent_mmd_tool_layer_toollayer_review_gate_core__7704598b,node_agent_mmd_memory_vector_layer_memorylayer_review_5bee9816,index_1bc04b52,types_1_4ecdf56e,validation_constants_e002a0f6,validation_98c41dcd,node_agent_mmd_orchestration_layer_orchestration_chec_0550c395,node_agent_mmd_tool_layer_toollayer_checker_checker_2_453d593b,node_agent_mmd_memory_vector_layer_memorylayer_checke_a583eb4f,cli_args_1_6144b055,node_agent_mmd_orchestration_layer_orchestration_comm_6e41a7f7,node_agent_mmd_tool_layer_toollayer_command_capabilit_7fe13db1,node_agent_mmd_tool_layer_toollayer_command_capabilit_e97a4615,node_agent_mmd_memory_vector_layer_memorylayer_comman_c72a5d05,linear_command_actions_e430f4f4,node_agent_mmd_orchestration_layer_orchestration_line_b67affd5,node_agent_mmd_tool_layer_toollayer_linear_command_ru_d6763748,node_agent_mmd_orchestration_layer_orchestration_poli_3270b55d,node_agent_mmd_tool_layer_toollayer_policy_validators_af136abf,node_agent_mmd_memory_vector_layer_memorylayer_policy_1944de42,node_agent_mmd_orchestration_layer_orchestration_type_7cf81261,node_agent_mmd_tool_layer_toollayer_types_core_types__6c8319b6,node_agent_mmd_memory_vector_layer_memorylayer_types__83f369fa,node_agent_mmd_orchestration_layer_orchestration_vali_d9fe99e6,node_agent_mmd_tool_layer_toollayer_validator_core_va_6ef6131f,node_agent_mmd_memory_vector_layer_memorylayer_valida_41034356,validator_helpers_7b927667,node_agent_mmd_orchestration_layer_orchestration_he_p_fc778c24,node_agent_mmd_tool_layer_toollayer_he_phase_exit_cor_af016160,ralph_runtime_73d63c0e,observed_skill_usage_ed7d5930,closure_evidence_aaa31467,pr_creator_dc6b1ea4,client_948fe603,init_output_360dce91,scaffold_ci_templates_2afd6392,scaffold_codex_environment_templates_334fbbed,scaffold_config_templates_4b80ce53,node_agent_mmd_orchestration_layer_orchestration_scaf_c9a90c2f,node_agent_mmd_tool_layer_toollayer_scaffold_environm_c1afc013,node_agent_mmd_memory_vector_layer_memorylayer_scaffo_12b42341,scaffold_github_actions_pr_pipeline_renderer_1ee18de5,scaffold_github_actions_pr_pipeline_template_e2b85f62,scaffold_release_private_npm_template_075499f8,node_agent_mmd_tool_layer_toollayer_cli_cli_2_1_32d9eeaf,node_agent_mmd_memory_vector_layer_memorylayer_cli_cl_1f1f89ab,node_agent_mmd_tool_layer_toollayer_metrics_tracker_m_4c9237d8,node_agent_mmd_memory_vector_layer_memorylayer_metric_12562178,normalise_renderer_85f2e563,evaluation_engine_core_e054fe49,node_agent_mmd_orchestration_layer_orchestration_tool_cc43149f,node_agent_mmd_tool_layer_toollayer_tooling_baseline__61e66e9f,node_agent_mmd_memory_vector_layer_memorylayer_toolin_14f86b00,replay_packet_a1293f88,index_11_ffcd5842,review_lifecycle_contract_e5447221,review_lifecycle_89afa64c,node_agent_mmd_tool_layer_toollayer_runtime_card_code_3636ceac,node_agent_mmd_memory_vector_layer_memorylayer_runtim_a5d23e7f,runtime_card_codex_runtime_0655e230,runtime_evidence_bundle_d471a232,types_34_85e6a0bb,index_14_d982116c,projection_1b250ea1,types_36_674380ec,validation_6_097a7ce3 toolNode
+   class node_agent_mmd_orchestration_layer_orchestration_chec_7a9f0b64,node_agent_mmd_llm_model_layer_llmlayer_check_codex_a_29e7b7fa,node_agent_mmd_tool_layer_toollayer_check_codex_agent_4b361d5a,node_agent_mmd_orchestration_layer_orchestration_chec_7fd47f5c,node_agent_mmd_llm_model_layer_llmlayer_check_steerin_0e1bf90d,node_agent_mmd_tool_layer_toollayer_check_steering_fe_eafecf3a,node_agent_mmd_memory_vector_layer_memorylayer_check__64c86928,node_agent_mmd_orchestration_layer_orchestration_run__18817957,node_agent_mmd_llm_model_layer_llmlayer_run_harness_e_603fcfdc,node_agent_mmd_tool_layer_toollayer_run_harness_evals_e2ee24f1,validate_action_review_receipt_fa2f06c3,node_agent_mmd_orchestration_layer_orchestration_vali_c01b04be,node_agent_mmd_llm_model_layer_llmlayer_validate_pack_2a12e1f4,node_agent_mmd_tool_layer_toollayer_validate_packaged_2855c827,validate_replay_packet_f309747e,node_agent_mmd_tool_layer_toollayer_ci_migrate_core_c_049f8460,node_agent_mmd_memory_vector_layer_memorylayer_ci_mig_0cd5b1a4,doctor_checks_5a2eb2b9,doctor_github_tool_checks_a53b0382,doctor_tool_checks_4acac51a,next_blocked_decisions_4140ad2b,policy_gate_213f7313,remediate_cli_output_cc165396,node_agent_mmd_orchestration_layer_orchestration_reme_359fe98f,node_agent_mmd_llm_model_layer_llmlayer_remediate_run_9e3d4585,node_agent_mmd_tool_layer_toollayer_remediate_runner__c003b871,node_agent_mmd_tool_layer_toollayer_review_gate_core__7704598b,node_agent_mmd_memory_vector_layer_memorylayer_review_5bee9816,index_1bc04b52,types_1_4ecdf56e,validation_constants_e002a0f6,validation_98c41dcd,node_agent_mmd_orchestration_layer_orchestration_chec_0550c395,node_agent_mmd_tool_layer_toollayer_checker_checker_2_453d593b,node_agent_mmd_memory_vector_layer_memorylayer_checke_a583eb4f,cli_args_1_6144b055,node_agent_mmd_orchestration_layer_orchestration_comm_6e41a7f7,node_agent_mmd_tool_layer_toollayer_command_capabilit_7fe13db1,node_agent_mmd_tool_layer_toollayer_command_capabilit_e97a4615,node_agent_mmd_memory_vector_layer_memorylayer_comman_c72a5d05,linear_command_actions_e430f4f4,node_agent_mmd_orchestration_layer_orchestration_line_b67affd5,node_agent_mmd_tool_layer_toollayer_linear_command_ru_d6763748,node_agent_mmd_orchestration_layer_orchestration_poli_3270b55d,node_agent_mmd_tool_layer_toollayer_policy_validators_af136abf,node_agent_mmd_memory_vector_layer_memorylayer_policy_1944de42,node_agent_mmd_orchestration_layer_orchestration_type_7cf81261,node_agent_mmd_tool_layer_toollayer_types_core_types__6c8319b6,node_agent_mmd_memory_vector_layer_memorylayer_types__83f369fa,node_agent_mmd_orchestration_layer_orchestration_vali_d9fe99e6,node_agent_mmd_tool_layer_toollayer_validator_core_va_6ef6131f,node_agent_mmd_memory_vector_layer_memorylayer_valida_41034356,validator_helpers_7b927667,node_agent_mmd_orchestration_layer_orchestration_he_p_fc778c24,node_agent_mmd_tool_layer_toollayer_he_phase_exit_cor_af016160,ralph_runtime_73d63c0e,observed_skill_usage_ed7d5930,closure_evidence_aaa31467,pr_creator_dc6b1ea4,client_948fe603,init_output_360dce91,scaffold_ci_templates_2afd6392,scaffold_codex_environment_templates_334fbbed,scaffold_config_templates_4b80ce53,node_agent_mmd_orchestration_layer_orchestration_scaf_c9a90c2f,node_agent_mmd_tool_layer_toollayer_scaffold_environm_c1afc013,node_agent_mmd_memory_vector_layer_memorylayer_scaffo_12b42341,scaffold_github_actions_pr_pipeline_renderer_1ee18de5,scaffold_github_actions_pr_pipeline_template_e2b85f62,scaffold_release_private_npm_template_075499f8,node_agent_mmd_tool_layer_toollayer_cli_cli_2_1_32d9eeaf,node_agent_mmd_memory_vector_layer_memorylayer_cli_cl_1f1f89ab,node_agent_mmd_tool_layer_toollayer_metrics_tracker_m_4c9237d8,node_agent_mmd_memory_vector_layer_memorylayer_metric_12562178,normalise_renderer_85f2e563,evaluation_engine_core_e054fe49,node_agent_mmd_orchestration_layer_orchestration_tool_cc43149f,node_agent_mmd_tool_layer_toollayer_tooling_baseline__61e66e9f,node_agent_mmd_memory_vector_layer_memorylayer_toolin_14f86b00,node_agent_mmd_orchestration_layer_orchestration_prom_d17b4de2,node_agent_mmd_llm_model_layer_llmlayer_prompt_contex_81f9066a,node_agent_mmd_tool_layer_toollayer_prompt_context_dr_a2772f2b,node_agent_mmd_memory_vector_layer_memorylayer_prompt_ae34fc43,replay_packet_a1293f88,index_12_762ec91b,review_lifecycle_contract_e5447221,review_lifecycle_89afa64c,node_agent_mmd_tool_layer_toollayer_runtime_card_code_3636ceac,node_agent_mmd_memory_vector_layer_memorylayer_runtim_a5d23e7f,runtime_card_codex_runtime_0655e230,runtime_evidence_bundle_d471a232,types_34_85e6a0bb,index_15_99636ec5,projection_1b250ea1,types_36_674380ec,validation_6_097a7ce3 toolNode
  classDef memNode fill:#555,color:#fff
-   class node_agent_mmd_orchestration_layer_orchestration_chec_7fd47f5c,node_agent_mmd_llm_model_layer_llmlayer_check_steerin_0e1bf90d,node_agent_mmd_tool_layer_toollayer_check_steering_fe_eafecf3a,node_agent_mmd_memory_vector_layer_memorylayer_check__64c86928,normalize_workflow_contracts_8701f1c8,sync_codex_preflight_7e7a8dc2,test_harness_upgrade_matrix_84113c4e,validate_workflow_contracts_33dc063c,branch_protect_core_a8feb0fd,node_agent_mmd_tool_layer_toollayer_ci_migrate_core_c_049f8460,node_agent_mmd_memory_vector_layer_memorylayer_ci_mig_0cd5b1a4,context_health_80bb7da9,node_agent_mmd_llm_model_layer_llmlayer_context_conte_ad2dfbd9,node_agent_mmd_memory_vector_layer_memorylayer_contex_78ceaaa9,docs_gate_core_eb9b6c18,node_agent_mmd_llm_model_layer_llmlayer_index_context_1041bd11,node_agent_mmd_memory_vector_layer_memorylayer_index__6f3402d0,local_memory_preflight_dcc36c42,memory_gate_a577a506,pattern_scope_siblings_43abe000,review_context_ca6cf81d,node_agent_mmd_tool_layer_toollayer_review_gate_core__7704598b,node_agent_mmd_memory_vector_layer_memorylayer_review_5bee9816,node_agent_mmd_llm_model_layer_llmlayer_search_search_66b9a911,node_agent_mmd_memory_vector_layer_memorylayer_search_ac35cb7e,session_context_e5ec72c0,node_agent_mmd_orchestration_layer_orchestration_tool_acfe0c01,node_agent_mmd_memory_vector_layer_memorylayer_toolin_a1185b8f,run_local_memory_preflight_36e92808,node_agent_mmd_orchestration_layer_orchestration_chec_0550c395,node_agent_mmd_tool_layer_toollayer_checker_checker_2_453d593b,node_agent_mmd_memory_vector_layer_memorylayer_checke_a583eb4f,node_agent_mmd_orchestration_layer_orchestration_cont_61b3b9c9,node_agent_mmd_memory_vector_layer_memorylayer_contex_fe0865d6,node_agent_mmd_orchestration_layer_orchestration_type_4f906dcc,node_agent_mmd_memory_vector_layer_memorylayer_types__9ad640a0,branch_protect_sync_570adb18,node_agent_mmd_tool_layer_toollayer_command_capabilit_e97a4615,node_agent_mmd_memory_vector_layer_memorylayer_comman_c72a5d05,node_agent_mmd_orchestration_layer_orchestration_comm_1f8cc24c,node_agent_mmd_llm_model_layer_llmlayer_command_specs_782af9fa,node_agent_mmd_memory_vector_layer_memorylayer_comman_111eb454,local_memory_preflight_command_spec_9e23f3ce,memory_gate_command_spec_dc9001a9,review_gate_command_spec_3187376a,session_context_command_spec_973afbb1,node_agent_mmd_llm_model_layer_llmlayer_constants_con_c9bd3f6c,node_agent_mmd_memory_vector_layer_memorylayer_consta_702d3f46,context_compact_policy_3dcaf95d,node_agent_mmd_llm_model_layer_llmlayer_index_index_1_02e160ff,node_agent_mmd_memory_vector_layer_memorylayer_index__752bc61e,node_agent_mmd_llm_model_layer_llmlayer_indexer_index_4f4deef5,node_agent_mmd_memory_vector_layer_memorylayer_indexe_93e6d86f,init_error_5c7dd49f,lexical_fallback_723e2b3e,node_agent_mmd_llm_model_layer_llmlayer_ollama_ollama_968b23fa,node_agent_mmd_memory_vector_layer_memorylayer_ollama_6d51be16,rollout_a4fa034c,sources_878a52fc,store_824d80d7,node_agent_mmd_llm_model_layer_llmlayer_sync_contract_9f3cc8c1,node_agent_mmd_memory_vector_layer_memorylayer_sync_c_e43418bc,types_7_2f1ed65e,harness_run_context_ac7c77a9,index_3_7e40d474,json_schema_core_96d7e328,node_agent_mmd_orchestration_layer_orchestration_poli_3270b55d,node_agent_mmd_tool_layer_toollayer_policy_validators_af136abf,node_agent_mmd_memory_vector_layer_memorylayer_policy_1944de42,node_agent_mmd_orchestration_layer_orchestration_type_7cf81261,node_agent_mmd_tool_layer_toollayer_types_core_types__6c8319b6,node_agent_mmd_memory_vector_layer_memorylayer_types__83f369fa,node_agent_mmd_orchestration_layer_orchestration_vali_d9fe99e6,node_agent_mmd_tool_layer_toollayer_validator_core_va_6ef6131f,node_agent_mmd_memory_vector_layer_memorylayer_valida_41034356,node_agent_mmd_orchestration_layer_orchestration_init_2a9c3ecb,node_agent_mmd_memory_vector_layer_memorylayer_init_m_333d02c5,node_agent_mmd_orchestration_layer_orchestration_proj_6ab6f60f,node_agent_mmd_memory_vector_layer_memorylayer_projec_3ae304d9,scaffold_diagram_templates_dd88e83c,node_agent_mmd_orchestration_layer_orchestration_scaf_12cc07db,node_agent_mmd_memory_vector_layer_memorylayer_scaffo_5fd73b94,node_agent_mmd_orchestration_layer_orchestration_scaf_c9a90c2f,node_agent_mmd_tool_layer_toollayer_scaffold_environm_c1afc013,node_agent_mmd_memory_vector_layer_memorylayer_scaffo_12b42341,scaffold_root_command_templates_404fed7f,scaffold_script_template_registry_69312d4e,scaffold_shell_templates_0ad0f915,scaffold_surfaces_12d6494e,node_agent_mmd_orchestration_layer_orchestration_scaf_ff8f92f6,node_agent_mmd_memory_vector_layer_memorylayer_scaffo_a86eece1,scaffold_workflow_template_92310587,eval_seed_5699fd3e,index_8_6f0f20ec,review_context_1_e3afed15,memory_gate_1_265164ac,branch_enforcer_acb749cd,cli_args_5_09ea29f0,node_agent_mmd_tool_layer_toollayer_cli_cli_2_1_32d9eeaf,node_agent_mmd_memory_vector_layer_memorylayer_cli_cl_1f1f89ab,node_agent_mmd_tool_layer_toollayer_metrics_tracker_m_4c9237d8,node_agent_mmd_memory_vector_layer_memorylayer_metric_12562178,types_17_ed30531c,validator_4_5180cf23,node_agent_mmd_orchestration_layer_orchestration_clas_899b821a,node_agent_mmd_memory_vector_layer_memorylayer_classi_1ebbf5ff,node_agent_mmd_orchestration_layer_orchestration_tool_cc43149f,node_agent_mmd_tool_layer_toollayer_tooling_baseline__61e66e9f,node_agent_mmd_memory_vector_layer_memorylayer_toolin_14f86b00,claim_helpers_20dc8387,types_22_f3cf4a73,local_memory_smoke_1175abfc,local_memory_0db17ecc,performance_overload_c685bfcf,node_agent_mmd_orchestration_layer_orchestration_sugg_85c5ebe3,node_agent_mmd_memory_vector_layer_memorylayer_sugges_267f408d,node_agent_mmd_llm_model_layer_llmlayer_prompt_contex_6426acc2,node_agent_mmd_memory_vector_layer_memorylayer_prompt_55c0d605,types_29_929d5a70,policy_1_fc4198db,node_agent_mmd_tool_layer_toollayer_runtime_card_code_3636ceac,node_agent_mmd_memory_vector_layer_memorylayer_runtim_a5d23e7f,cli_11_338a8415,collector_0736fd5b,types_32_bfe791ff,overload_guard_2748c559 memNode
+   class node_agent_mmd_orchestration_layer_orchestration_chec_7fd47f5c,node_agent_mmd_llm_model_layer_llmlayer_check_steerin_0e1bf90d,node_agent_mmd_tool_layer_toollayer_check_steering_fe_eafecf3a,node_agent_mmd_memory_vector_layer_memorylayer_check__64c86928,normalize_workflow_contracts_8701f1c8,sync_codex_preflight_7e7a8dc2,test_harness_upgrade_matrix_84113c4e,node_agent_mmd_llm_model_layer_llmlayer_validate_prom_9880f764,node_agent_mmd_memory_vector_layer_memorylayer_valida_c52c4db8,validate_runtime_packet_schemas_bc3ba8ec,validate_workflow_contracts_33dc063c,branch_protect_core_a8feb0fd,node_agent_mmd_tool_layer_toollayer_ci_migrate_core_c_049f8460,node_agent_mmd_memory_vector_layer_memorylayer_ci_mig_0cd5b1a4,context_health_80bb7da9,node_agent_mmd_llm_model_layer_llmlayer_context_conte_ad2dfbd9,node_agent_mmd_memory_vector_layer_memorylayer_contex_78ceaaa9,docs_gate_core_eb9b6c18,node_agent_mmd_llm_model_layer_llmlayer_index_context_1041bd11,node_agent_mmd_memory_vector_layer_memorylayer_index__6f3402d0,local_memory_preflight_dcc36c42,memory_gate_a577a506,pattern_scope_siblings_43abe000,review_context_ca6cf81d,node_agent_mmd_tool_layer_toollayer_review_gate_core__7704598b,node_agent_mmd_memory_vector_layer_memorylayer_review_5bee9816,node_agent_mmd_llm_model_layer_llmlayer_search_search_66b9a911,node_agent_mmd_memory_vector_layer_memorylayer_search_ac35cb7e,session_context_e5ec72c0,node_agent_mmd_orchestration_layer_orchestration_tool_acfe0c01,node_agent_mmd_memory_vector_layer_memorylayer_toolin_a1185b8f,run_local_memory_preflight_36e92808,node_agent_mmd_orchestration_layer_orchestration_chec_0550c395,node_agent_mmd_tool_layer_toollayer_checker_checker_2_453d593b,node_agent_mmd_memory_vector_layer_memorylayer_checke_a583eb4f,node_agent_mmd_orchestration_layer_orchestration_cont_61b3b9c9,node_agent_mmd_llm_model_layer_llmlayer_context_healt_cfc0bfa8,node_agent_mmd_memory_vector_layer_memorylayer_contex_3204aa0e,node_agent_mmd_orchestration_layer_orchestration_type_4f906dcc,node_agent_mmd_memory_vector_layer_memorylayer_types__9ad640a0,branch_protect_sync_570adb18,node_agent_mmd_tool_layer_toollayer_command_capabilit_e97a4615,node_agent_mmd_memory_vector_layer_memorylayer_comman_c72a5d05,node_agent_mmd_orchestration_layer_orchestration_comm_1f8cc24c,node_agent_mmd_llm_model_layer_llmlayer_command_specs_782af9fa,node_agent_mmd_memory_vector_layer_memorylayer_comman_111eb454,local_memory_preflight_command_spec_9e23f3ce,memory_gate_command_spec_dc9001a9,review_gate_command_spec_3187376a,session_context_command_spec_973afbb1,node_agent_mmd_llm_model_layer_llmlayer_constants_con_c9bd3f6c,node_agent_mmd_memory_vector_layer_memorylayer_consta_702d3f46,context_compact_policy_3dcaf95d,node_agent_mmd_llm_model_layer_llmlayer_index_index_1_02e160ff,node_agent_mmd_memory_vector_layer_memorylayer_index__752bc61e,node_agent_mmd_llm_model_layer_llmlayer_indexer_index_4f4deef5,node_agent_mmd_memory_vector_layer_memorylayer_indexe_93e6d86f,init_error_5c7dd49f,lexical_fallback_723e2b3e,node_agent_mmd_llm_model_layer_llmlayer_ollama_ollama_968b23fa,node_agent_mmd_memory_vector_layer_memorylayer_ollama_6d51be16,rollout_a4fa034c,sources_878a52fc,store_824d80d7,node_agent_mmd_llm_model_layer_llmlayer_sync_contract_9f3cc8c1,node_agent_mmd_memory_vector_layer_memorylayer_sync_c_e43418bc,types_7_2f1ed65e,harness_run_context_ac7c77a9,index_3_7e40d474,json_schema_core_96d7e328,node_agent_mmd_orchestration_layer_orchestration_poli_3270b55d,node_agent_mmd_tool_layer_toollayer_policy_validators_af136abf,node_agent_mmd_memory_vector_layer_memorylayer_policy_1944de42,node_agent_mmd_orchestration_layer_orchestration_type_7cf81261,node_agent_mmd_tool_layer_toollayer_types_core_types__6c8319b6,node_agent_mmd_memory_vector_layer_memorylayer_types__83f369fa,node_agent_mmd_orchestration_layer_orchestration_vali_d9fe99e6,node_agent_mmd_tool_layer_toollayer_validator_core_va_6ef6131f,node_agent_mmd_memory_vector_layer_memorylayer_valida_41034356,node_agent_mmd_orchestration_layer_orchestration_init_2a9c3ecb,node_agent_mmd_memory_vector_layer_memorylayer_init_m_333d02c5,node_agent_mmd_orchestration_layer_orchestration_proj_6ab6f60f,node_agent_mmd_memory_vector_layer_memorylayer_projec_3ae304d9,scaffold_diagram_templates_dd88e83c,node_agent_mmd_orchestration_layer_orchestration_scaf_12cc07db,node_agent_mmd_memory_vector_layer_memorylayer_scaffo_5fd73b94,node_agent_mmd_orchestration_layer_orchestration_scaf_c9a90c2f,node_agent_mmd_tool_layer_toollayer_scaffold_environm_c1afc013,node_agent_mmd_memory_vector_layer_memorylayer_scaffo_12b42341,scaffold_root_command_templates_404fed7f,scaffold_script_template_registry_69312d4e,scaffold_shell_templates_0ad0f915,scaffold_surfaces_12d6494e,node_agent_mmd_orchestration_layer_orchestration_scaf_ff8f92f6,node_agent_mmd_memory_vector_layer_memorylayer_scaffo_a86eece1,scaffold_workflow_template_92310587,eval_seed_5699fd3e,index_8_6f0f20ec,review_context_1_e3afed15,memory_gate_1_265164ac,branch_enforcer_acb749cd,cli_args_5_09ea29f0,node_agent_mmd_tool_layer_toollayer_cli_cli_2_1_32d9eeaf,node_agent_mmd_memory_vector_layer_memorylayer_cli_cl_1f1f89ab,node_agent_mmd_tool_layer_toollayer_metrics_tracker_m_4c9237d8,node_agent_mmd_memory_vector_layer_memorylayer_metric_12562178,types_17_ed30531c,validator_4_5180cf23,node_agent_mmd_orchestration_layer_orchestration_clas_899b821a,node_agent_mmd_memory_vector_layer_memorylayer_classi_1ebbf5ff,node_agent_mmd_orchestration_layer_orchestration_tool_cc43149f,node_agent_mmd_tool_layer_toollayer_tooling_baseline__61e66e9f,node_agent_mmd_memory_vector_layer_memorylayer_toolin_14f86b00,claim_helpers_20dc8387,types_22_f3cf4a73,local_memory_smoke_1175abfc,local_memory_0db17ecc,performance_overload_c685bfcf,node_agent_mmd_orchestration_layer_orchestration_sugg_85c5ebe3,node_agent_mmd_memory_vector_layer_memorylayer_sugges_267f408d,node_agent_mmd_orchestration_layer_orchestration_prom_d17b4de2,node_agent_mmd_llm_model_layer_llmlayer_prompt_contex_81f9066a,node_agent_mmd_tool_layer_toollayer_prompt_context_dr_a2772f2b,node_agent_mmd_memory_vector_layer_memorylayer_prompt_ae34fc43,node_agent_mmd_llm_model_layer_llmlayer_prompt_contex_6426acc2,node_agent_mmd_memory_vector_layer_memorylayer_prompt_55c0d605,types_29_929d5a70,policy_1_fc4198db,node_agent_mmd_tool_layer_toollayer_runtime_card_code_3636ceac,node_agent_mmd_memory_vector_layer_memorylayer_runtim_a5d23e7f,cli_11_338a8415,collector_0736fd5b,types_32_bfe791ff,overload_guard_2748c559 memNode
